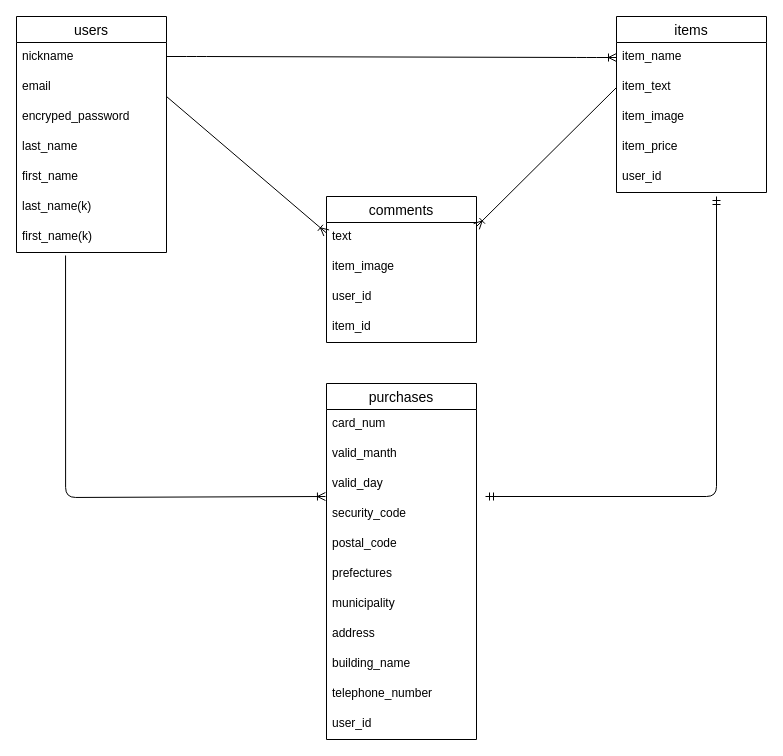
This is app/hurima.dio from tanaatsu/furima-37181, a draw.io file, before an edit. Source tidied: cells renumbered, new cells numbered last; positions are measured from the earlier drawing's top-left corner, leaving out a move shared by most shapes. Both pictures are drawn from the tidied source at 100%, with x=0, y=0 at pixel (16, 16).
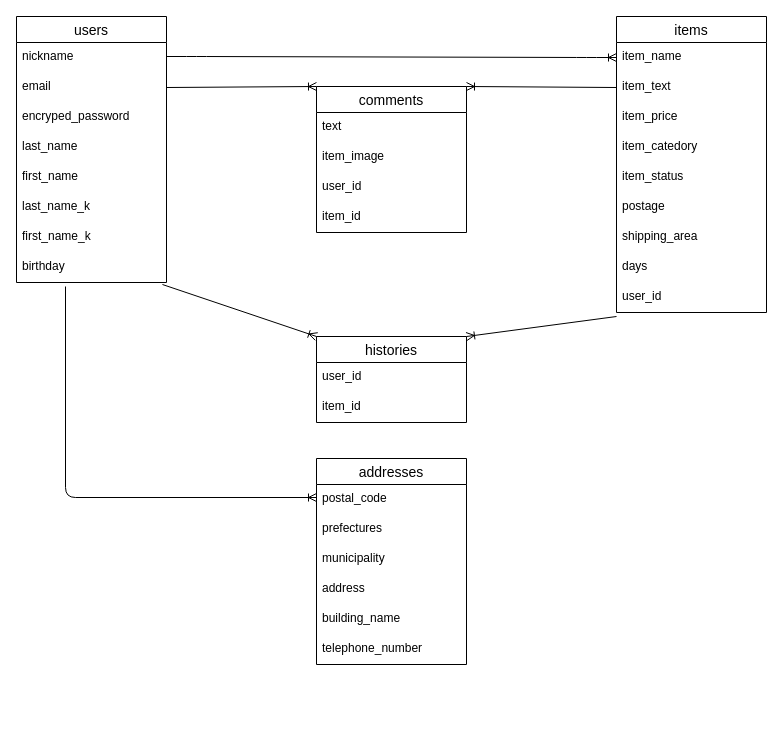
After the change.

Unchanged cells that the change refers to:
```xml
<mxCell id="4" value="email" style="text;strokeColor=none;fillColor=none;spacingLeft=4;spacingRight=4;overflow=hidden;points=[[0,0.5],[1,0.5]];portConstraint=eastwest;fontSize=12;" parent="2" vertex="1">
  <mxGeometry y="56" width="150" height="30" as="geometry" />
</mxCell>
<mxCell id="24" value="item_text" style="text;strokeColor=none;fillColor=none;spacingLeft=4;spacingRight=4;overflow=hidden;points=[[0,0.5],[1,0.5]];portConstraint=eastwest;fontSize=12;" parent="22" vertex="1">
  <mxGeometry y="56" width="150" height="30" as="geometry" />
</mxCell>
```

Change to the diagram source:
```diff
@@
     <mxCell id="2" value="users" style="swimlane;fontStyle=0;horizontal=1;startSize=26;align=center;fontSize=14;" parent="1" vertex="1">
-      <mxGeometry width="150" height="236" as="geometry" />
+      <mxGeometry width="150" height="266" as="geometry" />
     </mxCell>
@@
-    <mxCell id="8" value="last_name(k)" style="text;strokeColor=none;fillColor=none;spacingLeft=4;spacingRight=4;overflow=hidden;fontSize=12;" parent="2" vertex="1">
+    <mxCell id="8" value="last_name_k" style="text;strokeColor=none;fillColor=none;spacingLeft=4;spacingRight=4;overflow=hidden;fontSize=12;" parent="2" vertex="1">
       <mxGeometry y="176" width="150" height="30" as="geometry" />
     </mxCell>
-    <mxCell id="9" value="first_name(k)" style="text;strokeColor=none;fillColor=none;spacingLeft=4;spacingRight=4;overflow=hidden;points=[[0,0.5],[1,0.5]];portConstraint=eastwest;fontSize=12;" parent="2" vertex="1">
+    <mxCell id="9" value="first_name_k" style="text;strokeColor=none;fillColor=none;spacingLeft=4;spacingRight=4;overflow=hidden;points=[[0,0.5],[1,0.5]];portConstraint=eastwest;fontSize=12;" parent="2" vertex="1">
       <mxGeometry y="206" width="150" height="30" as="geometry" />
     </mxCell>
+    <mxCell id="38" value="birthday" style="text;strokeColor=none;fillColor=none;spacingLeft=4;spacingRight=4;overflow=hidden;points=[[0,0.5],[1,0.5]];portConstraint=eastwest;fontSize=12;" parent="2" vertex="1">
+      <mxGeometry y="236" width="150" height="30" as="geometry" />
+    </mxCell>
-    <mxCell id="10" value="purchases" style="swimlane;fontStyle=0;horizontal=1;startSize=26;align=center;fontSize=14;" parent="1" vertex="1">
-      <mxGeometry x="310" y="367" width="150" height="356" as="geometry" />
+    <mxCell id="10" value="addresses" style="swimlane;fontStyle=0;horizontal=1;startSize=26;align=center;fontSize=14;" parent="1" vertex="1">
+      <mxGeometry x="300" y="442" width="150" height="206" as="geometry" />
     </mxCell>
-    <mxCell id="11" value="card_num" style="text;strokeColor=none;fillColor=none;spacingLeft=4;spacingRight=4;overflow=hidden;fontSize=12;" parent="10" vertex="1">
-      <mxGeometry y="26" width="150" height="30" as="geometry" />
-    </mxCell>
-    <mxCell id="12" value="valid_manth" style="text;strokeColor=none;fillColor=none;spacingLeft=4;spacingRight=4;overflow=hidden;fontSize=12;" parent="10" vertex="1">
-      <mxGeometry y="56" width="150" height="30" as="geometry" />
-    </mxCell>
-    <mxCell id="13" value="valid_day" style="text;strokeColor=none;fillColor=none;spacingLeft=4;spacingRight=4;overflow=hidden;points=[[0,0.5],[1,0.5]];portConstraint=eastwest;fontSize=12;" parent="10" vertex="1">
-      <mxGeometry y="86" width="150" height="30" as="geometry" />
-    </mxCell>
-    <mxCell id="14" value="security_code" style="text;strokeColor=none;fillColor=none;spacingLeft=4;spacingRight=4;overflow=hidden;fontSize=12;" parent="10" vertex="1">
-      <mxGeometry y="116" width="150" height="30" as="geometry" />
-    </mxCell>
     <mxCell id="15" value="postal_code" style="text;strokeColor=none;fillColor=none;spacingLeft=4;spacingRight=4;overflow=hidden;points=[[0,0.5],[1,0.5]];portConstraint=eastwest;fontSize=12;" parent="10" vertex="1">
-      <mxGeometry y="146" width="150" height="30" as="geometry" />
+      <mxGeometry y="26" width="150" height="30" as="geometry" />
     </mxCell>
     <mxCell id="16" value="prefectures" style="text;strokeColor=none;fillColor=none;spacingLeft=4;spacingRight=4;overflow=hidden;fontSize=12;" parent="10" vertex="1">
-      <mxGeometry y="176" width="150" height="30" as="geometry" />
+      <mxGeometry y="56" width="150" height="30" as="geometry" />
     </mxCell>
     <mxCell id="17" value="municipality" style="text;strokeColor=none;fillColor=none;spacingLeft=4;spacingRight=4;overflow=hidden;fontSize=12;" parent="10" vertex="1">
-      <mxGeometry y="206" width="150" height="30" as="geometry" />
+      <mxGeometry y="86" width="150" height="30" as="geometry" />
     </mxCell>
     <mxCell id="18" value="address" style="text;strokeColor=none;fillColor=none;spacingLeft=4;spacingRight=4;overflow=hidden;fontSize=12;" parent="10" vertex="1">
-      <mxGeometry y="236" width="150" height="30" as="geometry" />
+      <mxGeometry y="116" width="150" height="30" as="geometry" />
     </mxCell>
     <mxCell id="19" value="building_name" style="text;strokeColor=none;fillColor=none;spacingLeft=4;spacingRight=4;overflow=hidden;fontSize=12;" parent="10" vertex="1">
-      <mxGeometry y="266" width="150" height="30" as="geometry" />
+      <mxGeometry y="146" width="150" height="30" as="geometry" />
     </mxCell>
     <mxCell id="20" value="telephone_number" style="text;strokeColor=none;fillColor=none;spacingLeft=4;spacingRight=4;overflow=hidden;fontSize=12;" parent="10" vertex="1">
-      <mxGeometry y="296" width="150" height="30" as="geometry" />
+      <mxGeometry y="176" width="150" height="30" as="geometry" />
     </mxCell>
-    <mxCell id="21" value="user_id" style="text;strokeColor=none;fillColor=none;spacingLeft=4;spacingRight=4;overflow=hidden;fontSize=12;" parent="10" vertex="1">
-      <mxGeometry y="326" width="150" height="30" as="geometry" />
-    </mxCell>
     <mxCell id="22" value="items" style="swimlane;fontStyle=0;horizontal=1;startSize=26;align=center;fontSize=14;" parent="1" vertex="1">
-      <mxGeometry x="600" width="150" height="176" as="geometry" />
+      <mxGeometry x="600" width="150" height="296" as="geometry" />
     </mxCell>
@@
-    <mxCell id="25" value="item_image" style="text;strokeColor=none;fillColor=none;spacingLeft=4;spacingRight=4;overflow=hidden;fontSize=12;" parent="22" vertex="1">
-      <mxGeometry y="86" width="150" height="30" as="geometry" />
-    </mxCell>
     <mxCell id="26" value="item_price" style="text;strokeColor=none;fillColor=none;spacingLeft=4;spacingRight=4;overflow=hidden;fontSize=12;" parent="22" vertex="1">
-      <mxGeometry y="116" width="150" height="30" as="geometry" />
+      <mxGeometry y="86" width="150" height="30" as="geometry" />
     </mxCell>
+    <mxCell id="39" value="item_catedory" style="text;strokeColor=none;fillColor=none;spacingLeft=4;spacingRight=4;overflow=hidden;fontSize=12;" parent="22" vertex="1">
+      <mxGeometry y="116" width="150" height="30" as="geometry" />
+    </mxCell>
+    <mxCell id="40" value="item_status" style="text;strokeColor=none;fillColor=none;spacingLeft=4;spacingRight=4;overflow=hidden;fontSize=12;" parent="22" vertex="1">
+      <mxGeometry y="146" width="150" height="30" as="geometry" />
+    </mxCell>
+    <mxCell id="41" value="postage" style="text;strokeColor=none;fillColor=none;spacingLeft=4;spacingRight=4;overflow=hidden;fontSize=12;" parent="22" vertex="1">
+      <mxGeometry y="176" width="150" height="30" as="geometry" />
+    </mxCell>
+    <mxCell id="42" value="shipping_area" style="text;strokeColor=none;fillColor=none;spacingLeft=4;spacingRight=4;overflow=hidden;fontSize=12;" parent="22" vertex="1">
+      <mxGeometry y="206" width="150" height="30" as="geometry" />
+    </mxCell>
+    <mxCell id="43" value="days" style="text;strokeColor=none;fillColor=none;spacingLeft=4;spacingRight=4;overflow=hidden;fontSize=12;" parent="22" vertex="1">
+      <mxGeometry y="236" width="150" height="30" as="geometry" />
+    </mxCell>
     <mxCell id="27" value="user_id" style="text;strokeColor=none;fillColor=none;spacingLeft=4;spacingRight=4;overflow=hidden;fontSize=12;" parent="22" vertex="1">
-      <mxGeometry y="146" width="150" height="30" as="geometry" />
+      <mxGeometry y="266" width="150" height="30" as="geometry" />
     </mxCell>
     <mxCell id="28" value="comments" style="swimlane;fontStyle=0;horizontal=1;startSize=26;align=center;fontSize=14;" parent="1" vertex="1">
-      <mxGeometry x="310" y="180" width="150" height="146" as="geometry" />
+      <mxGeometry x="300" y="70" width="150" height="146" as="geometry" />
     </mxCell>
@@
-    <mxCell id="34" style="edgeStyle=orthogonalEdgeStyle;fontSize=12;html=1;endArrow=ERoneToMany;exitX=0.327;exitY=1.1;exitDx=0;exitDy=0;exitPerimeter=0;entryX=-0.007;entryY=0.9;entryDx=0;entryDy=0;entryPerimeter=0;" parent="1" edge="1" source="9" target="13">
+    <mxCell id="34" style="edgeStyle=orthogonalEdgeStyle;fontSize=12;html=1;endArrow=ERoneToMany;" parent="1" edge="1" target="15">
       <mxGeometry relative="1" as="geometry">
+        <mxPoint x="49" y="270" as="sourcePoint" />
         <Array as="points">
           <mxPoint x="49" y="481" />
         </Array>
       </mxGeometry>
     </mxCell>
-    <mxCell id="35" style="fontSize=12;html=1;endArrow=ERmandOne;startArrow=ERmandOne;edgeStyle=orthogonalEdgeStyle;" parent="1" edge="1">
-      <mxGeometry relative="1" as="geometry">
-        <mxPoint x="469" y="480" as="sourcePoint" />
-        <mxPoint x="700" y="180" as="targetPoint" />
-        <Array as="points">
-          <mxPoint x="700" y="480" />
-        </Array>
-      </mxGeometry>
-    </mxCell>
-    <mxCell id="36" style="fontSize=12;html=1;endArrow=ERoneToMany;entryX=0;entryY=0.25;entryDx=0;entryDy=0;" parent="1" edge="1" target="28">
-      <mxGeometry relative="1" as="geometry">
-        <mxPoint x="150" y="80" as="sourcePoint" />
-      </mxGeometry>
+    <mxCell id="36" style="fontSize=12;html=1;endArrow=ERoneToMany;entryX=0;entryY=0;entryDx=0;entryDy=0;exitX=1;exitY=0.5;exitDx=0;exitDy=0;" parent="1" edge="1" source="4" target="28">
+      <mxGeometry relative="1" as="geometry" />
     </mxCell>
-    <mxCell id="37" style="fontSize=12;html=1;endArrow=ERoneToMany;exitX=0;exitY=0.5;exitDx=0;exitDy=0;" parent="1" edge="1" source="24">
-      <mxGeometry relative="1" as="geometry">
-        <mxPoint x="460" y="210" as="targetPoint" />
-      </mxGeometry>
+    <mxCell id="37" style="fontSize=12;html=1;endArrow=ERoneToMany;exitX=0;exitY=0.5;exitDx=0;exitDy=0;entryX=1;entryY=0;entryDx=0;entryDy=0;" parent="1" edge="1" source="24" target="28">
+      <mxGeometry relative="1" as="geometry" />
     </mxCell>
+    <mxCell id="44" value="histories" style="swimlane;fontStyle=0;horizontal=1;startSize=26;align=center;fontSize=14;" parent="1" vertex="1">
+      <mxGeometry x="300" y="320" width="150" height="86" as="geometry" />
+    </mxCell>
+    <mxCell id="21" value="user_id" style="text;strokeColor=none;fillColor=none;spacingLeft=4;spacingRight=4;overflow=hidden;fontSize=12;" parent="44" vertex="1">
+      <mxGeometry y="26" width="150" height="30" as="geometry" />
+    </mxCell>
+    <mxCell id="45" value="item_id" style="text;strokeColor=none;fillColor=none;spacingLeft=4;spacingRight=4;overflow=hidden;fontSize=12;" parent="44" vertex="1">
+      <mxGeometry y="56" width="150" height="30" as="geometry" />
+    </mxCell>
+    <mxCell id="46" style="fontSize=12;html=1;endArrow=ERoneToMany;exitX=0;exitY=0.5;exitDx=0;exitDy=0;entryX=1;entryY=0;entryDx=0;entryDy=0;" parent="1" edge="1" target="44">
+      <mxGeometry relative="1" as="geometry">
+        <mxPoint x="600" y="300" as="sourcePoint" />
+      </mxGeometry>
+    </mxCell>
+    <mxCell id="47" style="fontSize=12;html=1;endArrow=ERoneToMany;entryX=0;entryY=0.25;entryDx=0;entryDy=0;exitX=0.973;exitY=1.067;exitDx=0;exitDy=0;exitPerimeter=0;" parent="1" edge="1" source="38">
+      <mxGeometry relative="1" as="geometry">
+        <mxPoint x="300" y="320" as="targetPoint" />
+      </mxGeometry>
+    </mxCell>
```
